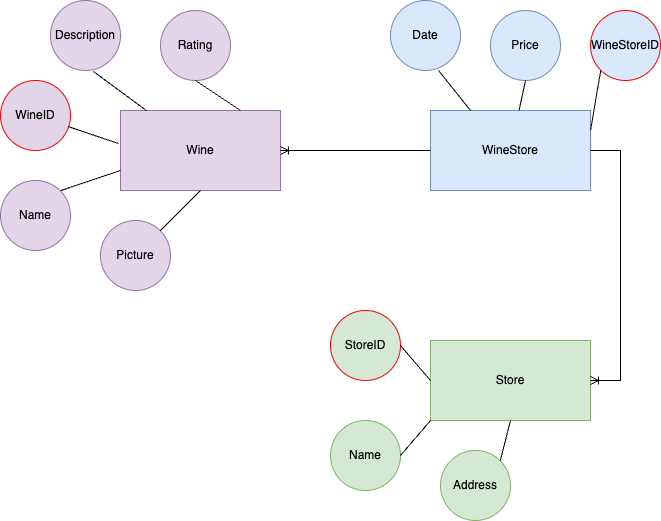
natsalinas/GrapeNotes keeps this draw.io diagram as ERD.drawio.png. Above is the earlier version. Source tidied: cells renumbered, new cells last; positions are measured from the earlier drawing's top-left corner, leaving out a move shared by most shapes.
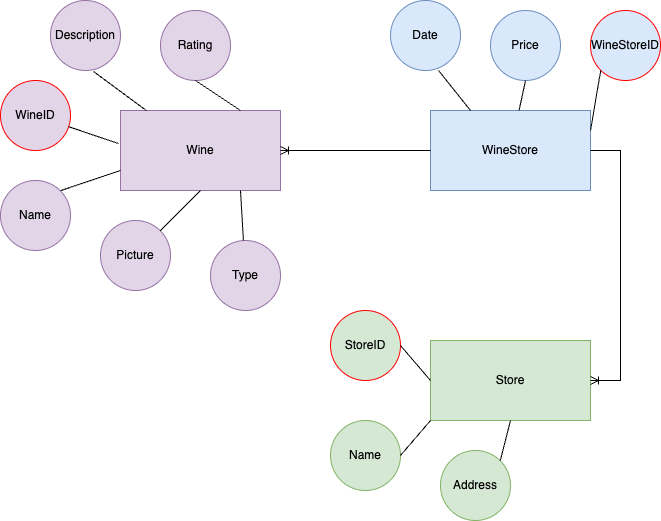
Later version of the same file.

Commit message:
Added Type attribute to Wine in ERD.drawio.png

Diff of the diagram source:
```diff
@@ -94,5 +94,11 @@
     <mxCell id="28" style="endArrow=none;html=1;rounded=0;entryX=0.5;entryY=1;entryDx=0;entryDy=0;exitX=1;exitY=0;exitDx=0;exitDy=0;" parent="1" edge="1" source="15" target="7">
       <mxGeometry relative="1" as="geometry" />
     </mxCell>
+    <mxCell id="29" value="Type" style="ellipse;whiteSpace=wrap;html=1;fillColor=#e1d5e7;strokeColor=#9673a6;" parent="1" vertex="1">
+      <mxGeometry x="210" y="240" width="70" height="70" as="geometry" />
+    </mxCell>
+    <mxCell id="30" style="endArrow=none;html=1;rounded=0;entryX=0.75;entryY=1;entryDx=0;entryDy=0;" parent="1" edge="1" source="29" target="2">
+      <mxGeometry relative="1" as="geometry" />
+    </mxCell>
   </root>
 </mxGraphModel>
```
